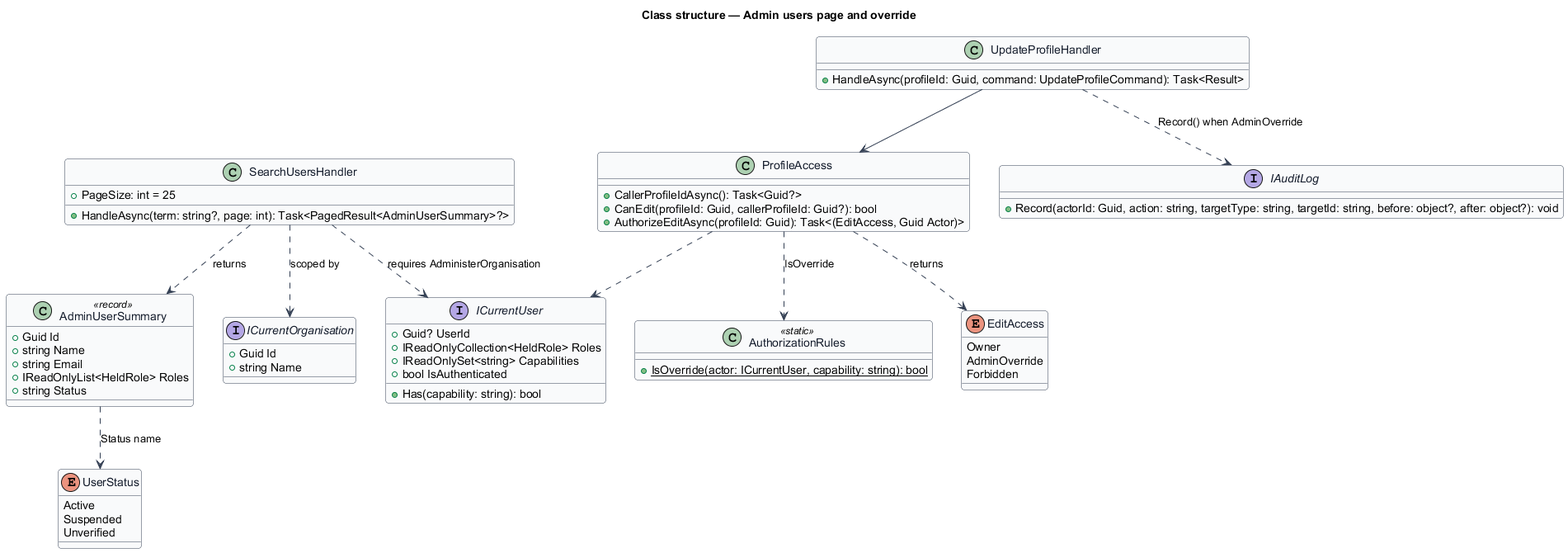
Earlier version of the PlantUML export docs/detailed-designs/admin/admin-users-and-override/diagrams/class-structure.png (QuinntyneBrown/faithtech-community). Its diagram source:
```plantuml
@startuml
skinparam backgroundColor #FFFFFF
skinparam shadowing false
skinparam roundcorner 8
skinparam defaultFontName Arial
skinparam ArrowColor #344054
skinparam class {
  BorderColor #344054
  FontColor #101828
  BackgroundColor #F9FAFB
}
title Class structure — Admin users page and override
enum UserStatus {
  Active
  Suspended
  Unverified
}
class AdminUserSummary <<record>> {
  +Guid Id
  +string Name
  +string Email
  +IReadOnlyList<HeldRole> Roles
  +string Status
}
class SearchUsersHandler {
  +PageSize: int = 25
  +HandleAsync(term: string?, page: int): Task<PagedResult<AdminUserSummary>?>
}
interface ICurrentOrganisation {
  +Guid Id
  +string Name
}
interface ICurrentUser {
  +Guid? UserId
  +IReadOnlyCollection<HeldRole> Roles
  +IReadOnlySet<string> Capabilities
  +bool IsAuthenticated
  +Has(capability: string): bool
}
class AuthorizationRules <<static>> {
  +{static} IsOverride(actor: ICurrentUser, capability: string): bool
}
enum EditAccess {
  Owner
  AdminOverride
  Forbidden
}
class ProfileAccess {
  +CallerProfileIdAsync(): Task<Guid?>
  +CanEdit(profileId: Guid, callerProfileId: Guid?): bool
  +AuthorizeEditAsync(profileId: Guid): Task<(EditAccess, Guid Actor)>
}
class UpdateProfileHandler {
  +HandleAsync(profileId: Guid, command: UpdateProfileCommand): Task<Result>
}
interface IAuditLog {
  +Record(actorId: Guid, action: string, targetType: string, targetId: string, before: object?, after: object?): void
}
SearchUsersHandler ..> ICurrentUser : requires AdministerOrganisation
SearchUsersHandler ..> ICurrentOrganisation : scoped by
SearchUsersHandler ..> AdminUserSummary : returns
AdminUserSummary ..> UserStatus : Status name
ProfileAccess ..> ICurrentUser
ProfileAccess ..> AuthorizationRules : IsOverride
ProfileAccess ..> EditAccess : returns
UpdateProfileHandler --> ProfileAccess
UpdateProfileHandler ..> IAuditLog : Record() when AdminOverride
@enduml
```
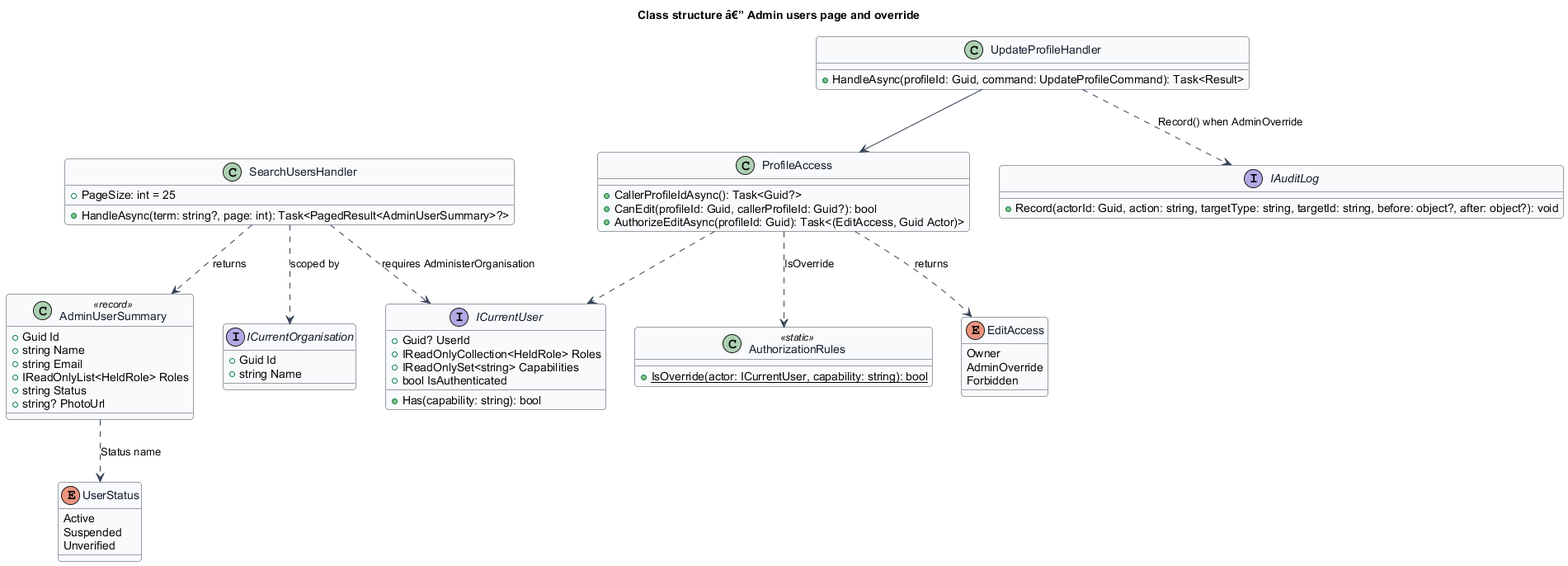
The same file after the commit.

The edit, as a diff of the source:
```diff
@@ -9,7 +9,7 @@
   FontColor #101828
   BackgroundColor #F9FAFB
 }
-title Class structure — Admin users page and override
+title Class structure â€” Admin users page and override
 enum UserStatus {
   Active
   Suspended
@@ -21,6 +21,7 @@
   +string Email
   +IReadOnlyList<HeldRole> Roles
   +string Status
+  +string? PhotoUrl
 }
 class SearchUsersHandler {
   +PageSize: int = 25
```
